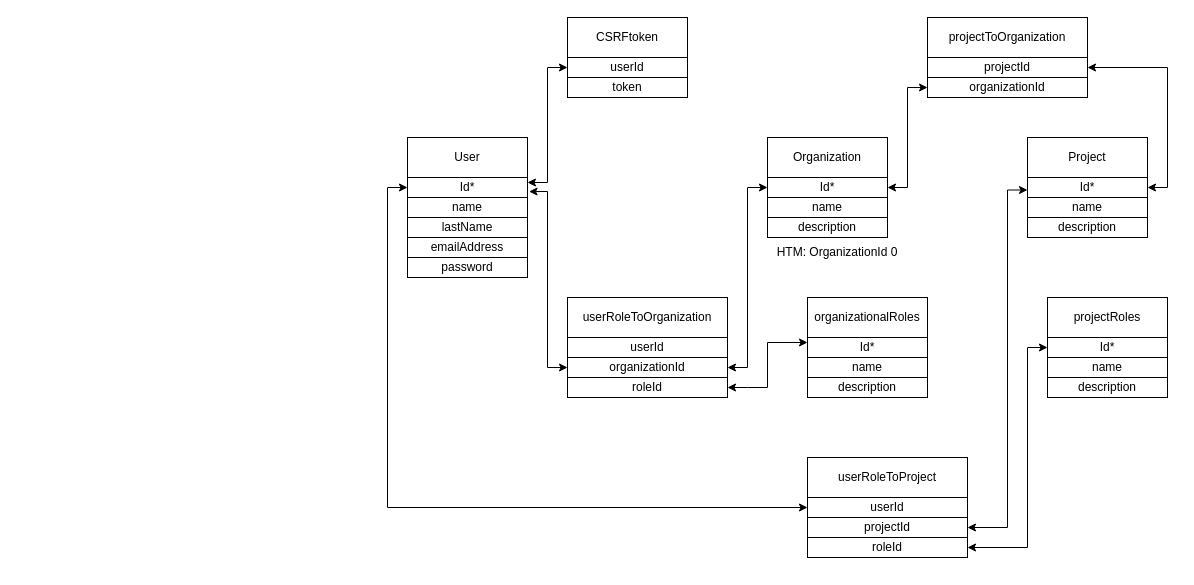
The draw.io diagram HTM Database.drawio in AdmWinther/HTM-FastAPI, before the edit. Source tidied: cells renumbered, new cells numbered last; positions are measured from the earlier drawing's top-left corner, leaving out a move shared by most shapes. Both pictures are drawn from the tidied source at 100%, with x=0, y=0 at pixel (387, 17).
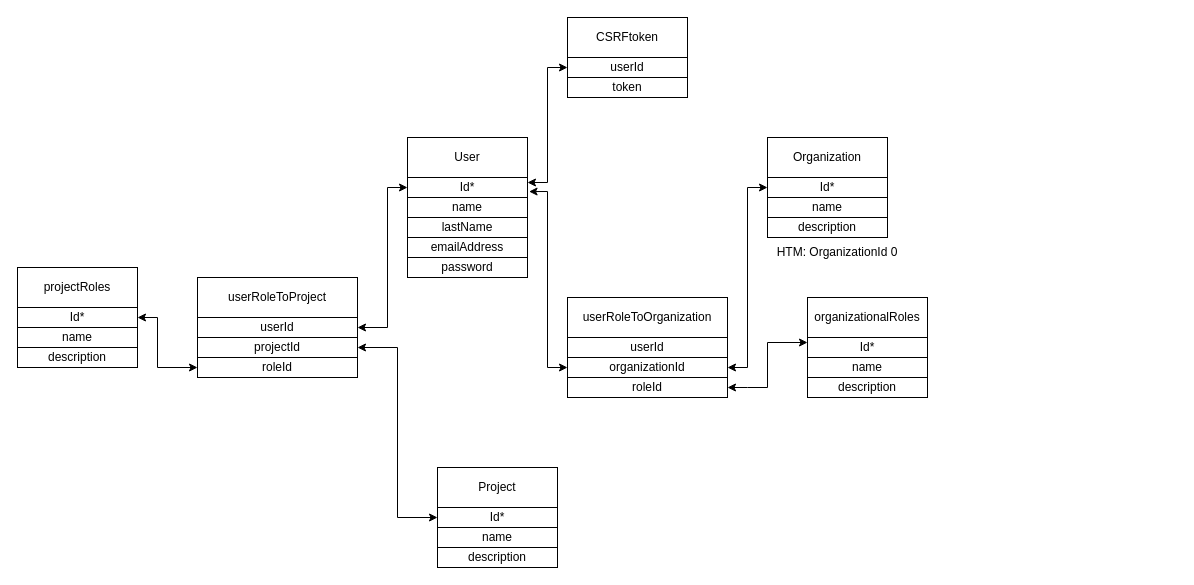
The same page after the edit.

Commit message:
Updating the database diagram and removing projectToOrganization

Unchanged cells that the change refers to:
```xml
<mxCell id="9" value="Id*" style="rounded=0;whiteSpace=wrap;html=1;" parent="1" vertex="1">
  <mxGeometry x="380" y="160" width="120" height="20" as="geometry" />
</mxCell>
```

Diff of the diagram source:
```diff
@@
     <mxCell id="12" value="Project" style="rounded=0;whiteSpace=wrap;html=1;" parent="1" vertex="1">
-      <mxGeometry x="640" y="120" width="120" height="40" as="geometry" />
+      <mxGeometry x="50" y="450" width="120" height="40" as="geometry" />
     </mxCell>
     <mxCell id="13" value="Id*" style="rounded=0;whiteSpace=wrap;html=1;" parent="1" vertex="1">
-      <mxGeometry x="640" y="160" width="120" height="20" as="geometry" />
+      <mxGeometry x="50" y="490" width="120" height="20" as="geometry" />
     </mxCell>
     <mxCell id="14" value="name" style="rounded=0;whiteSpace=wrap;html=1;" parent="1" vertex="1">
-      <mxGeometry x="640" y="180" width="120" height="20" as="geometry" />
+      <mxGeometry x="50" y="510" width="120" height="20" as="geometry" />
     </mxCell>
     <mxCell id="15" value="description" style="rounded=0;whiteSpace=wrap;html=1;" parent="1" vertex="1">
-      <mxGeometry x="640" y="200" width="120" height="20" as="geometry" />
+      <mxGeometry x="50" y="530" width="120" height="20" as="geometry" />
     </mxCell>
@@
-    <mxCell id="20" value="projectToOrganization" style="rounded=0;whiteSpace=wrap;html=1;" parent="1" vertex="1">
-      <mxGeometry x="540" width="160" height="40" as="geometry" />
-    </mxCell>
-    <mxCell id="21" value="projectId" style="rounded=0;whiteSpace=wrap;html=1;" parent="1" vertex="1">
-      <mxGeometry x="540" y="40" width="160" height="20" as="geometry" />
-    </mxCell>
-    <mxCell id="22" value="organizationId" style="rounded=0;whiteSpace=wrap;html=1;" parent="1" vertex="1">
-      <mxGeometry x="540" y="60" width="160" height="20" as="geometry" />
-    </mxCell>
-    <mxCell id="23" style="endArrow=classic;startArrow=classic;html=1;rounded=0;exitX=0;exitY=0.5;exitDx=0;exitDy=0;entryX=1;entryY=0.5;entryDx=0;entryDy=0;" parent="1" edge="1" source="22" target="9">
-      <mxGeometry relative="1" as="geometry">
-        <Array as="points">
-          <mxPoint x="520" y="70" />
-          <mxPoint x="520" y="170" />
-        </Array>
-      </mxGeometry>
-    </mxCell>
-    <mxCell id="24" style="endArrow=classic;startArrow=classic;html=1;rounded=0;exitX=1;exitY=0.5;exitDx=0;exitDy=0;" parent="1" edge="1" source="21">
-      <mxGeometry relative="1" as="geometry">
-        <mxPoint x="760" y="170" as="targetPoint" />
-        <Array as="points">
-          <mxPoint x="780" y="50" />
-          <mxPoint x="780" y="170" />
-        </Array>
-      </mxGeometry>
-    </mxCell>
@@
     <mxCell id="32" value="userRoleToProject" style="rounded=0;whiteSpace=wrap;html=1;" parent="1" vertex="1">
-      <mxGeometry x="420" y="440" width="160" height="40" as="geometry" />
+      <mxGeometry x="-190" y="260" width="160" height="40" as="geometry" />
     </mxCell>
     <mxCell id="33" value="userId" style="rounded=0;whiteSpace=wrap;html=1;" parent="1" vertex="1">
-      <mxGeometry x="420" y="480" width="160" height="20" as="geometry" />
+      <mxGeometry x="-190" y="300" width="160" height="20" as="geometry" />
     </mxCell>
     <mxCell id="34" value="projectId" style="rounded=0;whiteSpace=wrap;html=1;" parent="1" vertex="1">
-      <mxGeometry x="420" y="500" width="160" height="20" as="geometry" />
+      <mxGeometry x="-190" y="320" width="160" height="20" as="geometry" />
     </mxCell>
     <mxCell id="35" value="roleId" style="rounded=0;whiteSpace=wrap;html=1;" parent="1" vertex="1">
-      <mxGeometry x="420" y="520" width="160" height="20" as="geometry" />
+      <mxGeometry x="-190" y="340" width="160" height="20" as="geometry" />
     </mxCell>
     <mxCell id="36" value="projectRoles" style="rounded=0;whiteSpace=wrap;html=1;" parent="1" vertex="1">
-      <mxGeometry x="660" y="280" width="120" height="40" as="geometry" />
+      <mxGeometry x="-370" y="250" width="120" height="40" as="geometry" />
     </mxCell>
     <mxCell id="37" value="Id*" style="rounded=0;whiteSpace=wrap;html=1;" parent="1" vertex="1">
-      <mxGeometry x="660" y="320" width="120" height="20" as="geometry" />
+      <mxGeometry x="-370" y="290" width="120" height="20" as="geometry" />
     </mxCell>
     <mxCell id="38" value="name" style="rounded=0;whiteSpace=wrap;html=1;" parent="1" vertex="1">
-      <mxGeometry x="660" y="340" width="120" height="20" as="geometry" />
+      <mxGeometry x="-370" y="310" width="120" height="20" as="geometry" />
     </mxCell>
     <mxCell id="39" value="description" style="rounded=0;whiteSpace=wrap;html=1;" parent="1" vertex="1">
-      <mxGeometry x="660" y="360" width="120" height="20" as="geometry" />
+      <mxGeometry x="-370" y="330" width="120" height="20" as="geometry" />
     </mxCell>
-    <mxCell id="40" style="endArrow=classic;startArrow=classic;html=1;rounded=0;entryX=0;entryY=0.5;entryDx=0;entryDy=0;exitX=0;exitY=0.5;exitDx=0;exitDy=0;" parent="1" edge="1" source="33">
+    <mxCell id="40" style="endArrow=classic;startArrow=classic;html=1;rounded=0;entryX=0;entryY=0.5;entryDx=0;entryDy=0;exitX=1;exitY=0.5;exitDx=0;exitDy=0;" parent="1" edge="1" source="33">
       <mxGeometry relative="1" as="geometry">
         <mxPoint x="20" y="170" as="targetPoint" />
         <Array as="points">
-          <mxPoint y="490" />
+          <mxPoint y="310" />
           <mxPoint y="170" />
         </Array>
       </mxGeometry>
     </mxCell>
-    <mxCell id="41" style="endArrow=classic;startArrow=classic;html=1;rounded=0;entryX=0;entryY=0.5;entryDx=0;entryDy=0;exitX=1;exitY=0.5;exitDx=0;exitDy=0;" parent="1" edge="1" source="35" target="37">
+    <mxCell id="41" style="endArrow=classic;startArrow=classic;html=1;rounded=0;exitX=0;exitY=0.5;exitDx=0;exitDy=0;" parent="1" edge="1" source="35">
       <mxGeometry relative="1" as="geometry">
+        <mxPoint x="-250" y="300" as="targetPoint" />
         <Array as="points">
-          <mxPoint x="640" y="530" />
-          <mxPoint x="640" y="330" />
+          <mxPoint x="-230" y="350" />
+          <mxPoint x="-230" y="300" />
         </Array>
       </mxGeometry>
     </mxCell>
-    <mxCell id="42" style="endArrow=classic;startArrow=classic;html=1;rounded=0;entryX=0;entryY=0.75;entryDx=0;entryDy=0;exitX=1;exitY=0.5;exitDx=0;exitDy=0;" parent="1" edge="1" source="34">
+    <mxCell id="42" style="endArrow=classic;startArrow=classic;html=1;rounded=0;entryX=0;entryY=0.5;entryDx=0;entryDy=0;exitX=1;exitY=0.5;exitDx=0;exitDy=0;" parent="1" edge="1" source="34" target="13">
       <mxGeometry relative="1" as="geometry">
-        <mxPoint x="640" y="172.5" as="targetPoint" />
         <Array as="points">
-          <mxPoint x="620" y="510" />
-          <mxPoint x="620" y="172.5" />
+          <mxPoint x="10" y="330" />
+          <mxPoint x="10" y="500" />
         </Array>
       </mxGeometry>
     </mxCell>
```
